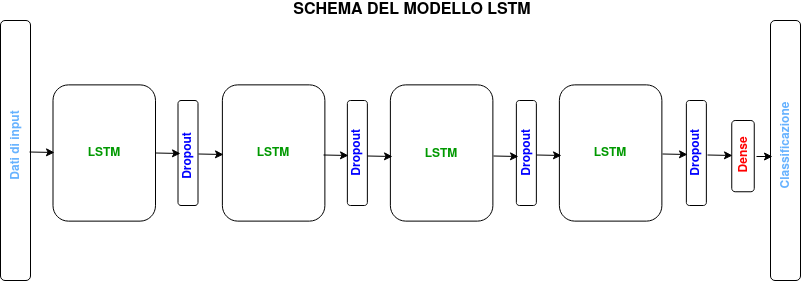
Above: Images/schemaLSTM.png in Brando-code/recognition-splice-junction (draw.io), before the change. Source tidied: cells renumbered, new cells last; positions are measured from the earlier drawing's top-left corner, leaving out a move shared by most shapes.
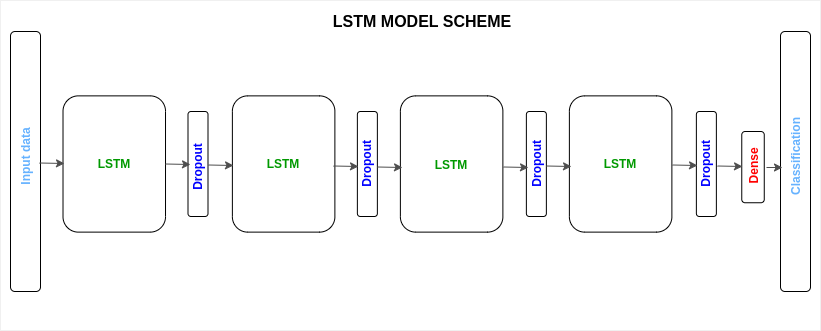
Above is the later version.

The edit, as a diff of the source:
```diff
@@ -2,34 +2,37 @@
   <root>
     <mxCell id="0" />
     <mxCell id="1" parent="0" />
+    <mxCell id="36" style="rounded=0;whiteSpace=wrap;html=1;fillColor=#FFFFFF;" parent="1" vertex="1">
+      <mxGeometry x="22" y="-11" width="820" height="330" as="geometry" />
+    </mxCell>
     <mxCell id="2" style="edgeStyle=orthogonalEdgeStyle;rounded=0;orthogonalLoop=1;jettySize=auto;html=1;exitX=0.5;exitY=1;exitDx=0;exitDy=0;entryX=0.5;entryY=1;entryDx=0;entryDy=0;" parent="1" edge="1" source="3" target="3">
       <mxGeometry relative="1" as="geometry" />
     </mxCell>
-    <mxCell id="3" style="rounded=1;whiteSpace=wrap;html=1;rotation=90;" parent="1" vertex="1">
+    <mxCell id="3" style="rounded=1;whiteSpace=wrap;html=1;rotation=90;strokeColor=#000000;fillColor=#FFFFFF;" parent="1" vertex="1">
       <mxGeometry x="67.6" y="101.2" width="136.2" height="102.5" as="geometry" />
     </mxCell>
-    <mxCell id="4" style="rounded=1;whiteSpace=wrap;html=1;rotation=90;" parent="1" vertex="1">
+    <mxCell id="4" style="rounded=1;whiteSpace=wrap;html=1;rotation=90;strokeColor=#000000;fillColor=#FFFFFF;" parent="1" vertex="1">
       <mxGeometry x="738.9" y="144.4" width="71.2" height="22.5" as="geometry" />
     </mxCell>
-    <mxCell id="5" style="rounded=1;whiteSpace=wrap;html=1;rotation=90;" parent="1" vertex="1">
+    <mxCell id="5" style="rounded=1;whiteSpace=wrap;html=1;rotation=90;strokeColor=#000000;fillColor=#FFFFFF;" parent="1" vertex="1">
       <mxGeometry x="167" y="142.5" width="105" height="20" as="geometry" />
     </mxCell>
-    <mxCell id="6" style="rounded=1;whiteSpace=wrap;html=1;rotation=90;" parent="1" vertex="1">
+    <mxCell id="6" style="rounded=1;whiteSpace=wrap;html=1;rotation=90;strokeColor=#000000;fillColor=#FFFFFF;" parent="1" vertex="1">
       <mxGeometry x="237" y="101.2" width="136.2" height="102.5" as="geometry" />
     </mxCell>
-    <mxCell id="7" style="rounded=1;whiteSpace=wrap;html=1;rotation=90;" parent="1" vertex="1">
+    <mxCell id="7" style="rounded=1;whiteSpace=wrap;html=1;rotation=90;strokeColor=#000000;fillColor=#FFFFFF;" parent="1" vertex="1">
       <mxGeometry x="336.4" y="142.5" width="105" height="20" as="geometry" />
     </mxCell>
-    <mxCell id="8" style="rounded=1;whiteSpace=wrap;html=1;rotation=90;" parent="1" vertex="1">
+    <mxCell id="8" style="rounded=1;whiteSpace=wrap;html=1;rotation=90;strokeColor=#000000;fillColor=#FFFFFF;" parent="1" vertex="1">
       <mxGeometry x="405" y="101.2" width="136.2" height="102.5" as="geometry" />
     </mxCell>
-    <mxCell id="9" style="rounded=1;whiteSpace=wrap;html=1;rotation=90;" parent="1" vertex="1">
+    <mxCell id="9" style="rounded=1;whiteSpace=wrap;html=1;rotation=90;strokeColor=#000000;fillColor=#FFFFFF;" parent="1" vertex="1">
       <mxGeometry x="505.4" y="142.5" width="105" height="20" as="geometry" />
     </mxCell>
-    <mxCell id="10" style="rounded=1;whiteSpace=wrap;html=1;rotation=90;" parent="1" vertex="1">
+    <mxCell id="10" style="rounded=1;whiteSpace=wrap;html=1;rotation=90;strokeColor=#000000;fillColor=#FFFFFF;" parent="1" vertex="1">
       <mxGeometry x="574" y="101.2" width="136.2" height="102.5" as="geometry" />
     </mxCell>
-    <mxCell id="11" style="rounded=1;whiteSpace=wrap;html=1;rotation=90;" parent="1" vertex="1">
+    <mxCell id="11" style="rounded=1;whiteSpace=wrap;html=1;rotation=90;strokeColor=#000000;fillColor=#FFFFFF;" parent="1" vertex="1">
       <mxGeometry x="675.4" y="142.5" width="105" height="20" as="geometry" />
     </mxCell>
     <mxCell id="12" value="&lt;font color=&quot;#009900&quot;&gt;&lt;b&gt;LSTM&lt;/b&gt;&lt;/font&gt;" style="text;html=1;strokeColor=none;fillColor=none;align=center;verticalAlign=middle;whiteSpace=wrap;rounded=0;" parent="1" vertex="1">
@@ -56,48 +59,48 @@
     <mxCell id="19" value="&lt;font color=&quot;#0000FF&quot;&gt;&lt;b&gt;Dropout&lt;/b&gt;&lt;/font&gt;" style="text;html=1;strokeColor=none;fillColor=none;align=center;verticalAlign=middle;whiteSpace=wrap;rounded=0;rotation=-90;" parent="1" vertex="1">
       <mxGeometry x="707.9" y="142.5" width="40" height="20" as="geometry" />
     </mxCell>
-    <mxCell id="20" style="endArrow=classic;html=1;exitX=0.5;exitY=0;exitDx=0;exitDy=0;" parent="1" edge="1" source="3">
+    <mxCell id="20" style="endArrow=classic;html=1;exitX=0.5;exitY=0;exitDx=0;exitDy=0;strokeColor=#4D4D4D;" parent="1" edge="1" source="3">
       <mxGeometry relative="1" as="geometry">
         <mxPoint x="212" y="153" as="targetPoint" />
       </mxGeometry>
     </mxCell>
-    <mxCell id="21" style="endArrow=classic;html=1;exitX=0.5;exitY=0;exitDx=0;exitDy=0;" parent="1" edge="1">
+    <mxCell id="21" style="endArrow=classic;html=1;exitX=0.5;exitY=0;exitDx=0;exitDy=0;strokeColor=#4D4D4D;" parent="1" edge="1">
       <mxGeometry relative="1" as="geometry">
         <mxPoint x="230" y="153.5" as="sourcePoint" />
         <mxPoint x="255" y="154" as="targetPoint" />
       </mxGeometry>
     </mxCell>
-    <mxCell id="22" style="endArrow=classic;html=1;exitX=0.5;exitY=0;exitDx=0;exitDy=0;" parent="1" edge="1">
+    <mxCell id="22" style="endArrow=classic;html=1;exitX=0.5;exitY=0;exitDx=0;exitDy=0;strokeColor=#4D4D4D;" parent="1" edge="1">
       <mxGeometry relative="1" as="geometry">
         <mxPoint x="355" y="154.5" as="sourcePoint" />
         <mxPoint x="380" y="155" as="targetPoint" />
       </mxGeometry>
     </mxCell>
-    <mxCell id="23" style="endArrow=classic;html=1;exitX=0.5;exitY=0;exitDx=0;exitDy=0;" parent="1" edge="1">
+    <mxCell id="23" style="endArrow=classic;html=1;exitX=0.5;exitY=0;exitDx=0;exitDy=0;strokeColor=#4D4D4D;" parent="1" edge="1">
       <mxGeometry relative="1" as="geometry">
         <mxPoint x="399" y="155.5" as="sourcePoint" />
         <mxPoint x="424" y="156" as="targetPoint" />
       </mxGeometry>
     </mxCell>
-    <mxCell id="24" style="endArrow=classic;html=1;exitX=0.5;exitY=0;exitDx=0;exitDy=0;" parent="1" edge="1">
+    <mxCell id="24" style="endArrow=classic;html=1;exitX=0.5;exitY=0;exitDx=0;exitDy=0;strokeColor=#4D4D4D;" parent="1" edge="1">
       <mxGeometry relative="1" as="geometry">
         <mxPoint x="525" y="155.5" as="sourcePoint" />
         <mxPoint x="550" y="156" as="targetPoint" />
       </mxGeometry>
     </mxCell>
-    <mxCell id="25" style="endArrow=classic;html=1;exitX=0.5;exitY=0;exitDx=0;exitDy=0;" parent="1" edge="1">
+    <mxCell id="25" style="endArrow=classic;html=1;exitX=0.5;exitY=0;exitDx=0;exitDy=0;strokeColor=#4D4D4D;" parent="1" edge="1">
       <mxGeometry relative="1" as="geometry">
         <mxPoint x="568" y="154.5" as="sourcePoint" />
         <mxPoint x="593" y="155" as="targetPoint" />
       </mxGeometry>
     </mxCell>
-    <mxCell id="26" style="endArrow=classic;html=1;exitX=0.5;exitY=0;exitDx=0;exitDy=0;" parent="1" edge="1">
+    <mxCell id="26" style="endArrow=classic;html=1;exitX=0.5;exitY=0;exitDx=0;exitDy=0;strokeColor=#4D4D4D;" parent="1" edge="1">
       <mxGeometry relative="1" as="geometry">
         <mxPoint x="694" y="153.5" as="sourcePoint" />
         <mxPoint x="719" y="154" as="targetPoint" />
       </mxGeometry>
     </mxCell>
-    <mxCell id="27" style="endArrow=classic;html=1;exitX=0.5;exitY=0;exitDx=0;exitDy=0;" parent="1" edge="1">
+    <mxCell id="27" style="endArrow=classic;html=1;exitX=0.5;exitY=0;exitDx=0;exitDy=0;strokeColor=#4D4D4D;" parent="1" edge="1">
       <mxGeometry relative="1" as="geometry">
         <mxPoint x="739" y="154.5" as="sourcePoint" />
         <mxPoint x="764" y="155" as="targetPoint" />
@@ -106,31 +109,31 @@
     <mxCell id="28" value="&lt;b&gt;&lt;font color=&quot;#FF0000&quot;&gt;Dense&lt;/font&gt;&lt;/b&gt;" style="text;html=1;strokeColor=none;fillColor=none;align=center;verticalAlign=middle;whiteSpace=wrap;rounded=0;rotation=-90;" parent="1" vertex="1">
       <mxGeometry x="755.9" y="144.5" width="40" height="20" as="geometry" />
     </mxCell>
-    <mxCell id="29" style="rounded=1;whiteSpace=wrap;html=1;" parent="1" vertex="1">
+    <mxCell id="29" style="rounded=1;whiteSpace=wrap;html=1;strokeColor=#000000;fillColor=#FFFFFF;" parent="1" vertex="1">
       <mxGeometry x="32" y="20" width="30" height="260" as="geometry" />
     </mxCell>
-    <mxCell id="30" style="rounded=1;whiteSpace=wrap;html=1;" parent="1" vertex="1">
+    <mxCell id="30" style="rounded=1;whiteSpace=wrap;html=1;strokeColor=#000000;fillColor=#FFFFFF;" parent="1" vertex="1">
       <mxGeometry x="802" y="20" width="30" height="260" as="geometry" />
     </mxCell>
-    <mxCell id="31" value="&lt;font color=&quot;#0000FF&quot;&gt;&lt;b&gt;&lt;font color=&quot;#66B2FF&quot;&gt;Dati di input&lt;/font&gt;&lt;br&gt;&lt;/b&gt;&lt;/font&gt;" style="text;html=1;strokeColor=none;fillColor=none;align=center;verticalAlign=middle;whiteSpace=wrap;rounded=0;rotation=-90;" parent="1" vertex="1">
+    <mxCell id="31" value="&lt;font color=&quot;#0000FF&quot;&gt;&lt;b&gt;&lt;font color=&quot;#66B2FF&quot;&gt;Input data&lt;/font&gt;&lt;br&gt;&lt;/b&gt;&lt;/font&gt;" style="text;html=1;strokeColor=none;fillColor=none;align=center;verticalAlign=middle;whiteSpace=wrap;rounded=0;rotation=-90;" parent="1" vertex="1">
       <mxGeometry x="-0.5" y="135.5" width="95" height="20" as="geometry" />
     </mxCell>
-    <mxCell id="32" value="&lt;font color=&quot;#66B2FF&quot;&gt;&lt;b&gt;Classificazione&lt;/b&gt;&lt;/font&gt;" style="text;html=1;strokeColor=none;fillColor=none;align=center;verticalAlign=middle;whiteSpace=wrap;rounded=0;rotation=-90;" parent="1" vertex="1">
+    <mxCell id="32" value="&lt;font color=&quot;#66B2FF&quot;&gt;&lt;b&gt;Classification&lt;/b&gt;&lt;/font&gt;" style="text;html=1;strokeColor=none;fillColor=none;align=center;verticalAlign=middle;whiteSpace=wrap;rounded=0;rotation=-90;" parent="1" vertex="1">
       <mxGeometry x="769.5" y="135.5" width="95" height="20" as="geometry" />
     </mxCell>
-    <mxCell id="33" style="endArrow=classic;html=1;exitX=0.5;exitY=0;exitDx=0;exitDy=0;" parent="1" edge="1">
+    <mxCell id="33" style="endArrow=classic;html=1;exitX=0.5;exitY=0;exitDx=0;exitDy=0;strokeColor=#4D4D4D;" parent="1" edge="1">
       <mxGeometry relative="1" as="geometry">
         <mxPoint x="61" y="151.5" as="sourcePoint" />
         <mxPoint x="86" y="152" as="targetPoint" />
       </mxGeometry>
     </mxCell>
-    <mxCell id="34" style="endArrow=classic;html=1;" parent="1" edge="1">
+    <mxCell id="34" style="endArrow=classic;html=1;strokeColor=#4D4D4D;" parent="1" edge="1">
       <mxGeometry relative="1" as="geometry">
         <mxPoint x="788" y="156" as="sourcePoint" />
         <mxPoint x="804" y="156" as="targetPoint" />
       </mxGeometry>
     </mxCell>
-    <mxCell id="35" value="&lt;font style=&quot;font-size: 16px&quot;&gt;&lt;b&gt;SCHEMA DEL MODELLO LSTM&lt;/b&gt;&lt;/font&gt;" style="text;html=1;strokeColor=none;fillColor=none;align=center;verticalAlign=middle;whiteSpace=wrap;rounded=0;" parent="1" vertex="1">
+    <mxCell id="35" value="&lt;font color=&quot;#000000&quot; style=&quot;font-size: 16px&quot;&gt;&lt;b&gt;LSTM MODEL SCHEME&lt;/b&gt;&lt;/font&gt;" style="text;html=1;strokeColor=none;fillColor=none;align=center;verticalAlign=middle;whiteSpace=wrap;rounded=0;" parent="1" vertex="1">
       <mxGeometry x="308.9" width="270" height="20" as="geometry" />
     </mxCell>
   </root>
```
